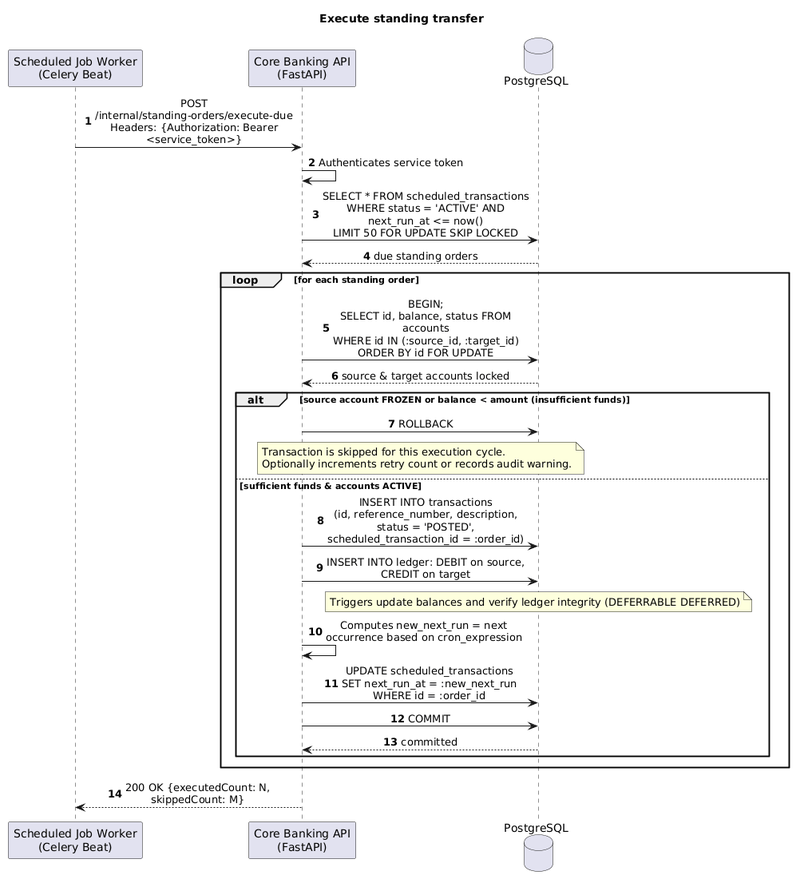
The PlantUML diagram docs/sequence_diagrams/png/execute_standing_transfer_sequence.png in K0D1Z/software-engineering-project, before a commit. The source it was exported from:
```plantuml
@startuml
title Execute standing transfer
autonumber
skinparam sequenceMessageAlign center
skinparam responseMessageBelowArrow false
skinparam maxMessageSize 260

participant "Scheduled Job Worker\n(Celery Beat)" as worker
participant "Core Banking API\n(FastAPI)" as api
database "PostgreSQL" as db

worker -> api : POST /internal/standing-orders/execute-due\nHeaders: {Authorization: Bearer <service_token>}
api -> api : Authenticates service token
api -> db : SELECT * FROM scheduled_transactions\nWHERE status = 'ACTIVE' AND next_run_at <= now()\nLIMIT 50 FOR UPDATE SKIP LOCKED
db --> api : due standing orders

loop for each standing order
    api -> db : BEGIN;\nSELECT id, balance, status FROM accounts\nWHERE id IN (:source_id, :target_id) ORDER BY id FOR UPDATE
    db --> api : source & target accounts locked

    alt source account FROZEN or balance < amount (insufficient funds)
        api -> db : ROLLBACK
        note over api, db
            Transaction is skipped for this execution cycle.
            Optionally increments retry count or records audit warning.
        end note
    else sufficient funds & accounts ACTIVE
        api -> db : INSERT INTO transactions\n(id, reference_number, description, status = 'POSTED', scheduled_transaction_id = :order_id)
        api -> db : INSERT INTO ledger: DEBIT on source, CREDIT on target
        note over db
            Triggers update balances and verify ledger integrity (DEFERRABLE DEFERRED)
        end note
        api -> api : Computes new_next_run = next occurrence based on cron_expression
        api -> db : UPDATE scheduled_transactions\nSET next_run_at = :new_next_run WHERE id = :order_id
        api -> db : COMMIT
        db --> api : committed
    end
end

api --> worker : 200 OK {executedCount: N, skippedCount: M}
@enduml
```
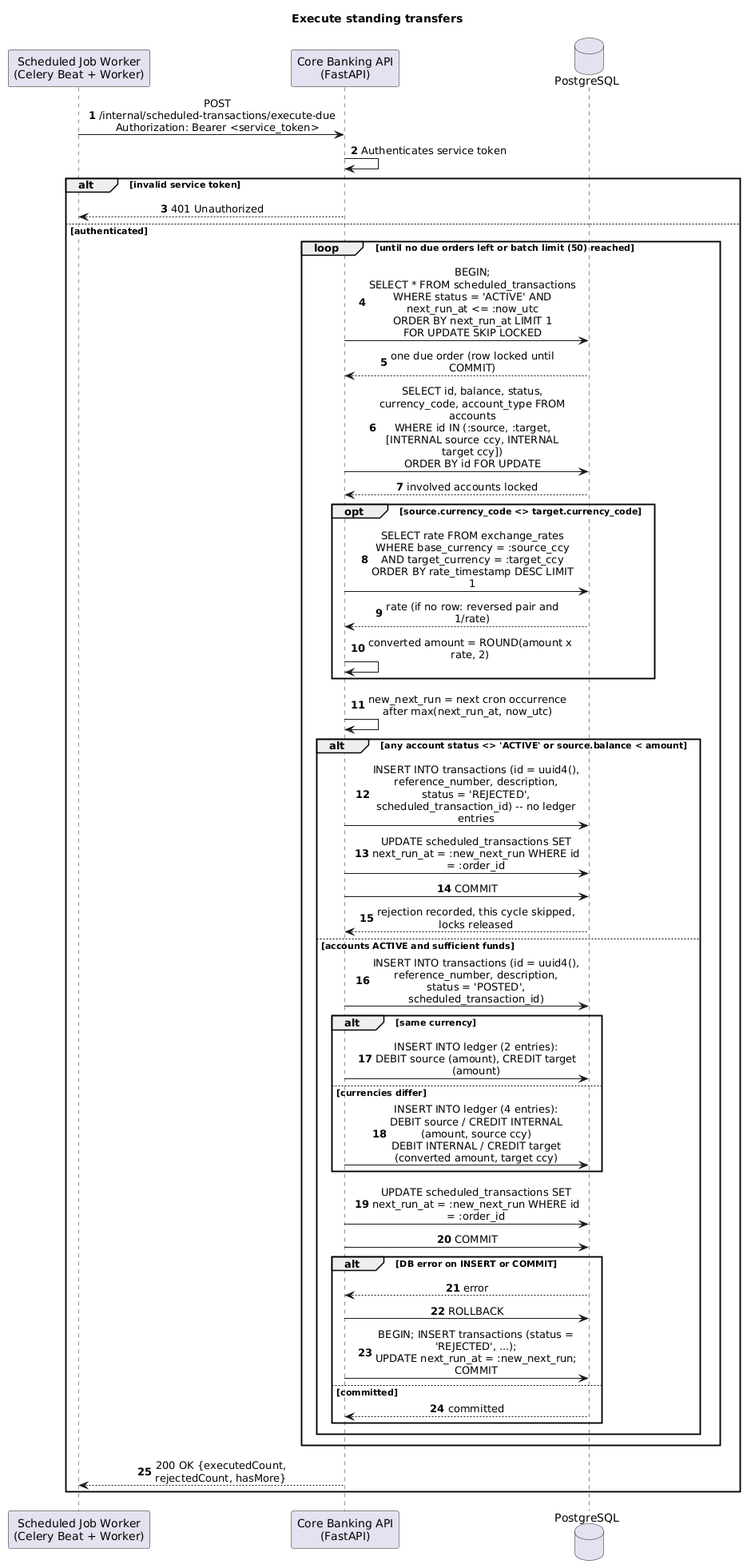
The same file after the commit.

Change to the diagram source:
```diff
@@ -1,41 +1,60 @@
 @startuml
-title Execute standing transfer
+title Execute standing transfers
 autonumber
 skinparam sequenceMessageAlign center
 skinparam responseMessageBelowArrow false
 skinparam maxMessageSize 260
 
-participant "Scheduled Job Worker\n(Celery Beat)" as worker
+participant "Scheduled Job Worker\n(Celery Beat + Worker)" as worker
 participant "Core Banking API\n(FastAPI)" as api
 database "PostgreSQL" as db
 
-worker -> api : POST /internal/standing-orders/execute-due\nHeaders: {Authorization: Bearer <service_token>}
+worker -> api : POST /internal/scheduled-transactions/execute-due\nAuthorization: Bearer <service_token>
 api -> api : Authenticates service token
-api -> db : SELECT * FROM scheduled_transactions\nWHERE status = 'ACTIVE' AND next_run_at <= now()\nLIMIT 50 FOR UPDATE SKIP LOCKED
-db --> api : due standing orders
 
-loop for each standing order
-    api -> db : BEGIN;\nSELECT id, balance, status FROM accounts\nWHERE id IN (:source_id, :target_id) ORDER BY id FOR UPDATE
-    db --> api : source & target accounts locked
+alt invalid service token
+    api --> worker : 401 Unauthorized
+else authenticated
 
-    alt source account FROZEN or balance < amount (insufficient funds)
-        api -> db : ROLLBACK
-        note over api, db
-            Transaction is skipped for this execution cycle.
-            Optionally increments retry count or records audit warning.
-        end note
-    else sufficient funds & accounts ACTIVE
-        api -> db : INSERT INTO transactions\n(id, reference_number, description, status = 'POSTED', scheduled_transaction_id = :order_id)
-        api -> db : INSERT INTO ledger: DEBIT on source, CREDIT on target
-        note over db
-            Triggers update balances and verify ledger integrity (DEFERRABLE DEFERRED)
-        end note
-        api -> api : Computes new_next_run = next occurrence based on cron_expression
-        api -> db : UPDATE scheduled_transactions\nSET next_run_at = :new_next_run WHERE id = :order_id
+loop until no due orders left or batch limit (50) reached
+    api -> db : BEGIN;\nSELECT * FROM scheduled_transactions\nWHERE status = 'ACTIVE' AND next_run_at <= :now_utc\nORDER BY next_run_at LIMIT 1\nFOR UPDATE SKIP LOCKED
+    db --> api : one due order (row locked until COMMIT)
+
+    api -> db : SELECT id, balance, status, currency_code, account_type FROM accounts\nWHERE id IN (:source, :target, [INTERNAL source ccy, INTERNAL target ccy])\nORDER BY id FOR UPDATE
+    db --> api : involved accounts locked
+
+    opt source.currency_code <> target.currency_code
+        api -> db : SELECT rate FROM exchange_rates\nWHERE base_currency = :source_ccy AND target_currency = :target_ccy\nORDER BY rate_timestamp DESC LIMIT 1
+        db --> api : rate (if no row: reversed pair and 1/rate)
+        api -> api : converted amount = ROUND(amount x rate, 2)
+    end
+
+    api -> api : new_next_run = next cron occurrence after max(next_run_at, now_utc)
+
+    alt any account status <> 'ACTIVE' or source.balance < amount
+        api -> db : INSERT INTO transactions (id = uuid4(), reference_number, description,\nstatus = 'REJECTED', scheduled_transaction_id) -- no ledger entries
+        api -> db : UPDATE scheduled_transactions SET next_run_at = :new_next_run WHERE id = :order_id
         api -> db : COMMIT
-        db --> api : committed
+        db --> api : rejection recorded, this cycle skipped, locks released
+    else accounts ACTIVE and sufficient funds
+        api -> db : INSERT INTO transactions (id = uuid4(), reference_number, description,\nstatus = 'POSTED', scheduled_transaction_id)
+        alt same currency
+            api -> db : INSERT INTO ledger (2 entries):\nDEBIT source (amount), CREDIT target (amount)
+        else currencies differ
+            api -> db : INSERT INTO ledger (4 entries):\nDEBIT source / CREDIT INTERNAL (amount, source ccy)\nDEBIT INTERNAL / CREDIT target (converted amount, target ccy)
+        end
+        api -> db : UPDATE scheduled_transactions SET next_run_at = :new_next_run WHERE id = :order_id
+        api -> db : COMMIT
+        alt DB error on INSERT or COMMIT
+            db --> api : error
+            api -> db : ROLLBACK
+            api -> db : BEGIN; INSERT transactions (status = 'REJECTED', ...);\nUPDATE next_run_at = :new_next_run; COMMIT
+        else committed
+            db --> api : committed
+        end
     end
 end
 
-api --> worker : 200 OK {executedCount: N, skippedCount: M}
+api --> worker : 200 OK {executedCount, rejectedCount, hasMore}
+end
 @enduml
```
